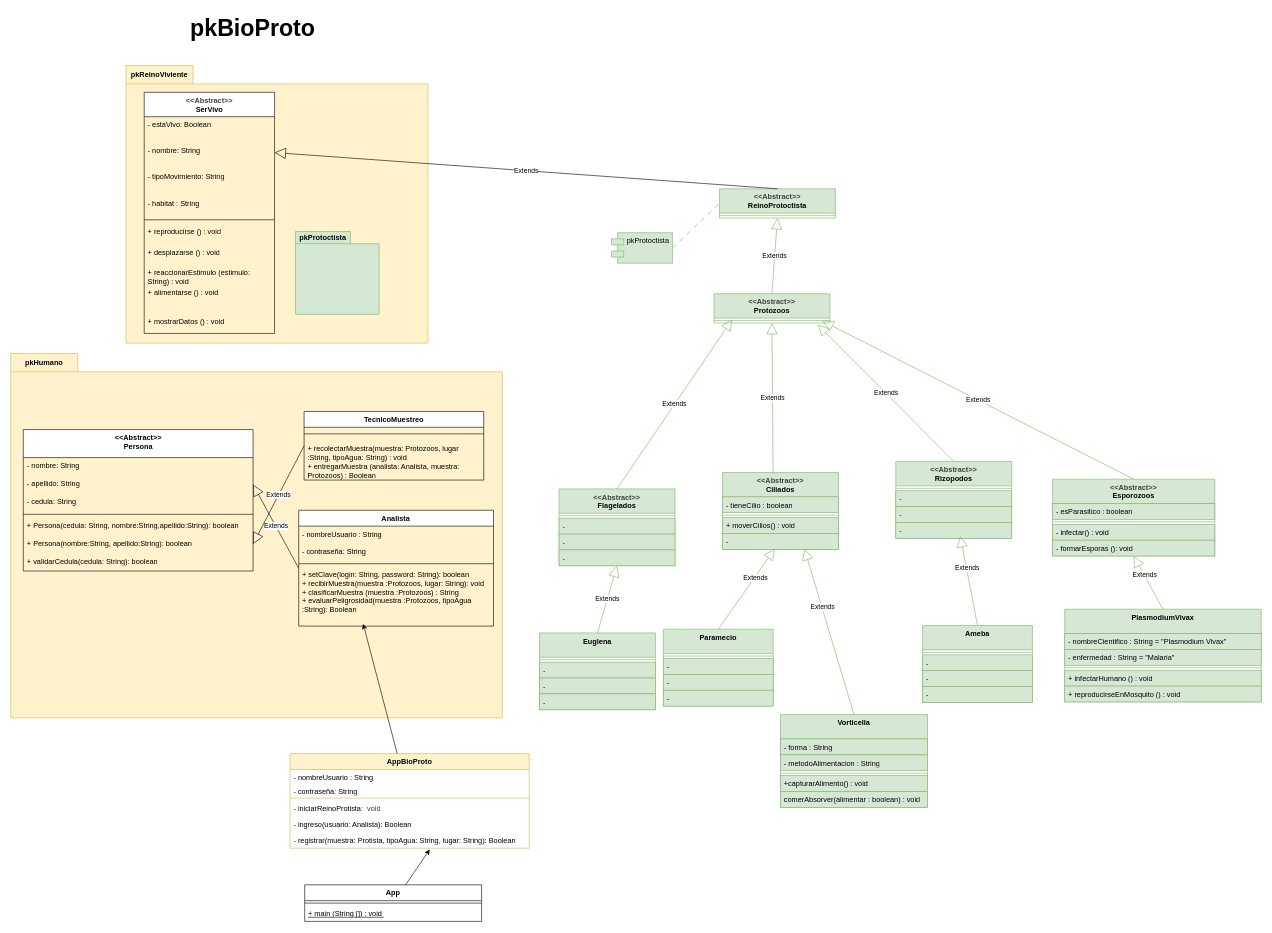
mat264/ReinoProtista_G3 keeps this draw.io diagram as ReinoProtista/design/2ClassDiagrama.drawio. Above is the earlier version. Source tidied: cells renumbered, new cells numbered last; positions are measured from the earlier drawing's top-left corner, leaving out a move shared by most shapes. Both pictures are drawn from the tidied source at 61%, with x=0, y=0 at pixel (10, 10).
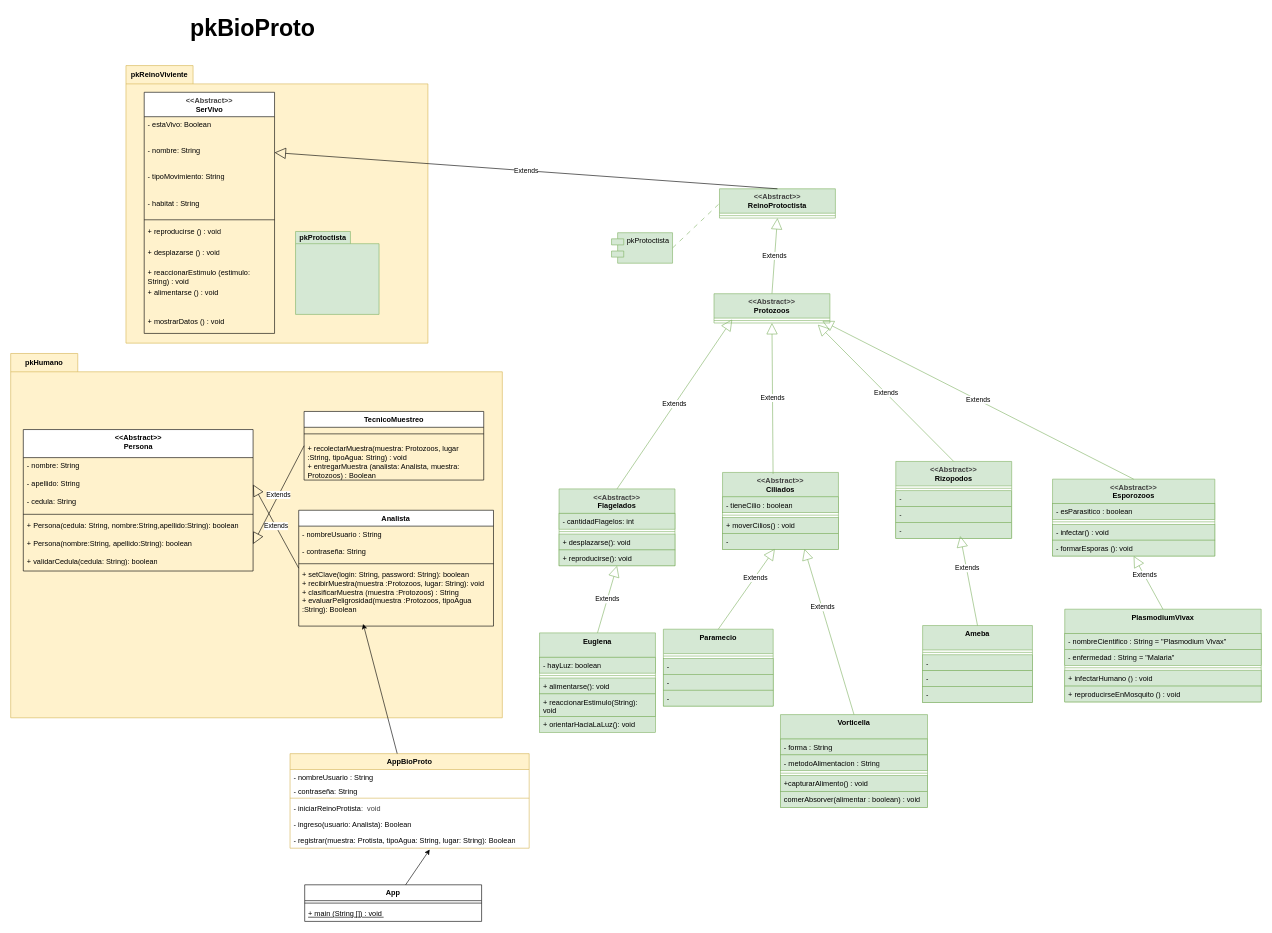
The same page after the edit.

Unchanged cells that the change refers to:
```xml
<mxCell id="46" value="&lt;div style=&quot;color: rgb(63, 63, 63); scrollbar-color: rgb(226, 226, 226) rgb(251, 251, 251);&quot;&gt;&amp;lt;&amp;lt;Abstract&amp;gt;&amp;gt;&lt;/div&gt;Flagelados&lt;br&gt;&lt;div style=&quot;color: rgb(63, 63, 63); scrollbar-color: rgb(226, 226, 226) rgb(251, 251, 251);&quot;&gt;&lt;br style=&quot;color: rgb(63, 63, 63); scrollbar-color: rgb(226, 226, 226) rgb(251, 251, 251);&quot;&gt;&lt;/div&gt;" style="swimlane;fontStyle=1;align=center;verticalAlign=top;horizontal=1;startSize=40;whiteSpace=wrap;html=1;fillColor=#d5e8d4;strokeColor=#82b366;" parent="1" vertex="1">
  <mxGeometry x="899" y="784" width="190" height="126" as="geometry" />
</mxCell>
```

The edit, as a diff of the source:
```diff
@@
+    <mxCell id="48" value="- cantidadFlagelos: int" style="text;strokeColor=#82b366;fillColor=#d5e8d4;align=left;verticalAlign=top;spacingLeft=4;spacingRight=4;overflow=hidden;whiteSpace=wrap;html=1;" parent="46" vertex="1">
+      <mxGeometry y="40" width="190" height="26" as="geometry" />
+    </mxCell>
     <mxCell id="47" style="line;strokeWidth=1;fillColor=#d5e8d4;align=left;verticalAlign=middle;spacingTop=-1;spacingLeft=3;spacingRight=3;labelPosition=right;strokeColor=#82b366;" parent="46" vertex="1">
-      <mxGeometry y="40" width="190" height="8" as="geometry" />
+      <mxGeometry y="66" width="190" height="8" as="geometry" />
     </mxCell>
-    <mxCell id="48" value="-" style="text;strokeColor=#82b366;fillColor=#d5e8d4;align=left;verticalAlign=top;spacingLeft=4;spacingRight=4;overflow=hidden;whiteSpace=wrap;html=1;" parent="46" vertex="1">
-      <mxGeometry y="48" width="190" height="26" as="geometry" />
-    </mxCell>
-    <mxCell id="49" value="-" style="text;strokeColor=#82b366;fillColor=#d5e8d4;align=left;verticalAlign=top;spacingLeft=4;spacingRight=4;overflow=hidden;whiteSpace=wrap;html=1;" parent="46" vertex="1">
+    <mxCell id="49" value="+ desplazarse(): void      " style="text;strokeColor=#82b366;fillColor=#d5e8d4;align=left;verticalAlign=top;spacingLeft=4;spacingRight=4;overflow=hidden;whiteSpace=wrap;html=1;" parent="46" vertex="1">
       <mxGeometry y="74" width="190" height="26" as="geometry" />
     </mxCell>
-    <mxCell id="50" value="-" style="text;strokeColor=#82b366;fillColor=#d5e8d4;align=left;verticalAlign=top;spacingLeft=4;spacingRight=4;overflow=hidden;whiteSpace=wrap;html=1;" parent="46" vertex="1">
+    <mxCell id="50" value="+ reproducirse(): void" style="text;strokeColor=#82b366;fillColor=#d5e8d4;align=left;verticalAlign=top;spacingLeft=4;spacingRight=4;overflow=hidden;whiteSpace=wrap;html=1;" parent="46" vertex="1">
       <mxGeometry y="100" width="190" height="26" as="geometry" />
     </mxCell>
@@
     <mxCell id="70" value="Euglena" style="swimlane;fontStyle=1;align=center;verticalAlign=top;horizontal=1;startSize=40;whiteSpace=wrap;html=1;fillColor=#d5e8d4;strokeColor=#82b366;" parent="1" vertex="1">
-      <mxGeometry x="867" y="1020" width="190" height="126" as="geometry" />
+      <mxGeometry x="867" y="1020" width="190" height="137" as="geometry" />
     </mxCell>
+    <mxCell id="72" value="- hayLuz: boolean   " style="text;strokeColor=#82b366;fillColor=#d5e8d4;align=left;verticalAlign=top;spacingLeft=4;spacingRight=4;overflow=hidden;whiteSpace=wrap;html=1;" parent="70" vertex="1">
+      <mxGeometry y="40" width="190" height="26" as="geometry" />
+    </mxCell>
     <mxCell id="71" style="line;strokeWidth=1;fillColor=#d5e8d4;align=left;verticalAlign=middle;spacingTop=-1;spacingLeft=3;spacingRight=3;labelPosition=right;strokeColor=#82b366;" parent="70" vertex="1">
-      <mxGeometry y="40" width="190" height="8" as="geometry" />
+      <mxGeometry y="66" width="190" height="8" as="geometry" />
     </mxCell>
-    <mxCell id="72" value="-" style="text;strokeColor=#82b366;fillColor=#d5e8d4;align=left;verticalAlign=top;spacingLeft=4;spacingRight=4;overflow=hidden;whiteSpace=wrap;html=1;" parent="70" vertex="1">
-      <mxGeometry y="48" width="190" height="26" as="geometry" />
-    </mxCell>
-    <mxCell id="73" value="-" style="text;strokeColor=#82b366;fillColor=#d5e8d4;align=left;verticalAlign=top;spacingLeft=4;spacingRight=4;overflow=hidden;whiteSpace=wrap;html=1;" parent="70" vertex="1">
+    <mxCell id="73" value="+ alimentarse(): void  " style="text;strokeColor=#82b366;fillColor=#d5e8d4;align=left;verticalAlign=top;spacingLeft=4;spacingRight=4;overflow=hidden;whiteSpace=wrap;html=1;" parent="70" vertex="1">
       <mxGeometry y="74" width="190" height="26" as="geometry" />
     </mxCell>
-    <mxCell id="74" value="-" style="text;strokeColor=#82b366;fillColor=#d5e8d4;align=left;verticalAlign=top;spacingLeft=4;spacingRight=4;overflow=hidden;whiteSpace=wrap;html=1;" parent="70" vertex="1">
-      <mxGeometry y="100" width="190" height="26" as="geometry" />
+    <mxCell id="74" value="+ reaccionarEstimulo(String): void" style="text;strokeColor=#82b366;fillColor=#d5e8d4;align=left;verticalAlign=top;spacingLeft=4;spacingRight=4;overflow=hidden;whiteSpace=wrap;html=1;" parent="70" vertex="1">
+      <mxGeometry y="100" width="190" height="37" as="geometry" />
     </mxCell>
@@
+    <mxCell id="114" value="+ orientarHaciaLaLuz(): void   " style="text;strokeColor=#82b366;fillColor=#d5e8d4;align=left;verticalAlign=top;spacingLeft=4;spacingRight=4;overflow=hidden;whiteSpace=wrap;html=1;" parent="1" vertex="1">
+      <mxGeometry x="867" y="1157" width="190" height="26" as="geometry" />
+    </mxCell>
```
